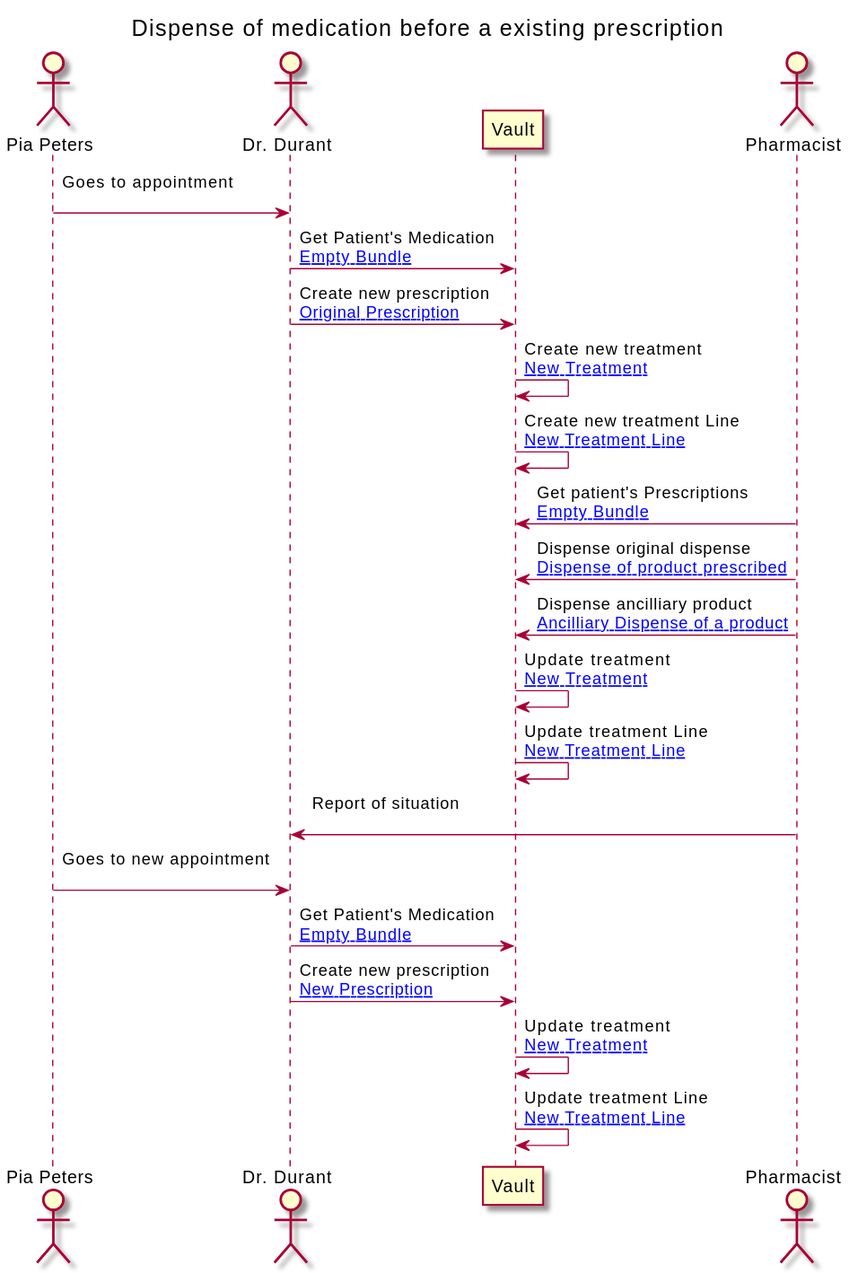
Before: branches/master/ExampleScenario-example-3-scenario.svg, a diagram exported from PlantUML (costateixeira/hl7-be-fhir-medication).
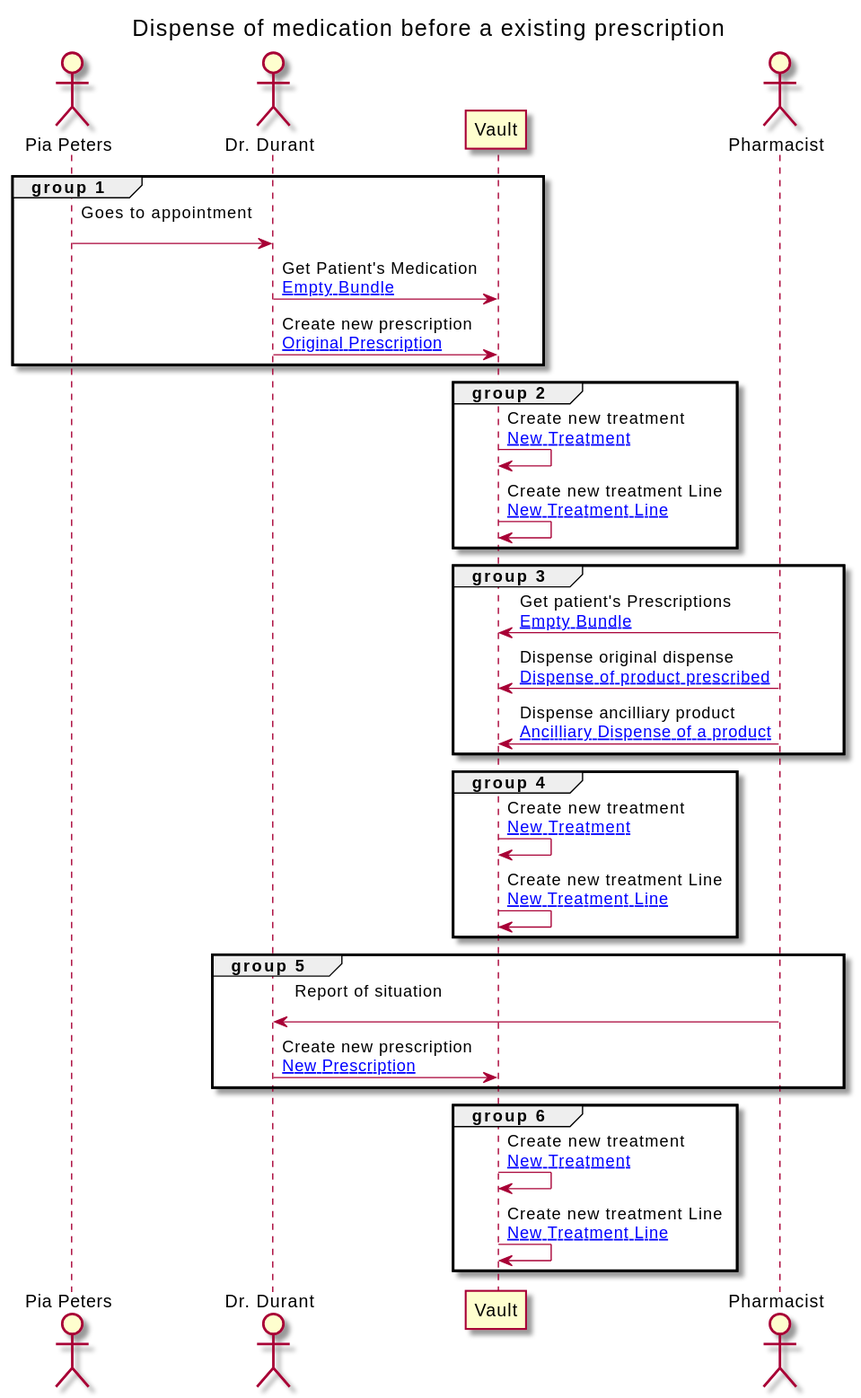
After the commit.

Diff of the diagram source:
```diff
@@ -13,37 +13,43 @@
 
 
 
+group group 1
+
 PATIENT -> GP : Goes to appointment\n
+GP -> VAULT : Get Patient's Medication\n[[ExampleScenario-example-3-scenario-resources.html#EB Empty Bundle]]
+GP -> VAULT : Create new prescription\n[[ExampleScenario-example-3-scenario-resources.html#3-prescription Original Prescription]]
+end
 
-GP -> VAULT : Get Patient's Medication\n[[ExampleScenario-example-3-scenario-resources.html#EB Empty Bundle]]
-
-GP -> VAULT : Create new prescription\n[[ExampleScenario-example-3-scenario-resources.html#3-prescription Original Prescription]]
+group group 2
 
 VAULT -> VAULT : Create new treatment\n[[ExampleScenario-example-3-scenario-resources.html#3-treatment New Treatment]]
+VAULT -> VAULT : Create new treatment Line\n[[ExampleScenario-example-3-scenario-resources.html#3-treatmentLine New Treatment Line]]
+end
 
-VAULT -> VAULT : Create new treatment Line\n[[ExampleScenario-example-3-scenario-resources.html#3-treatmentLine New Treatment Line]]
+group group 3
 
 PHARM -> VAULT : Get patient's Prescriptions\n[[ExampleScenario-example-3-scenario-resources.html#EB Empty Bundle]]
+PHARM -> VAULT : Dispense original dispense\n[[ExampleScenario-example-3-scenario-resources.html#3-dispense Dispense of product prescribed]]
+PHARM -> VAULT : Dispense ancilliary product\n[[ExampleScenario-example-3-scenario-resources.html#3-2-dispense Ancilliary Dispense of a product]]
+end
 
-PHARM -> VAULT : Dispense original dispense\n[[ExampleScenario-example-3-scenario-resources.html#3-dispense Dispense of product prescribed]]
+group group 4
 
-PHARM -> VAULT : Dispense ancilliary product\n[[ExampleScenario-example-3-scenario-resources.html#3-2-dispense Ancilliary Dispense of a product]]
+VAULT -> VAULT : Create new treatment\n[[ExampleScenario-example-3-scenario-resources.html#3-treatment New Treatment]]
+VAULT -> VAULT : Create new treatment Line\n[[ExampleScenario-example-3-scenario-resources.html#3-treatmentLine New Treatment Line]]
+end
 
-VAULT -> VAULT : Update treatment\n[[ExampleScenario-example-3-scenario-resources.html#3-treatment New Treatment]]
-
-VAULT -> VAULT : Update treatment Line\n[[ExampleScenario-example-3-scenario-resources.html#3-treatmentLine New Treatment Line]]
+group group 5
 
 PHARM -> GP : Report of situation\n
+GP -> VAULT : Create new prescription\n[[ExampleScenario-example-3-scenario-resources.html#3-2-prescription New Prescription]]
+end
 
-PATIENT -> GP : Goes to new appointment\n
+group group 6
 
-GP -> VAULT : Get Patient's Medication\n[[ExampleScenario-example-3-scenario-resources.html#EB Empty Bundle]]
-
-GP -> VAULT : Create new prescription\n[[ExampleScenario-example-3-scenario-resources.html#3-2-prescription New Prescription]]
-
-VAULT -> VAULT : Update treatment\n[[ExampleScenario-example-3-scenario-resources.html#3-treatment New Treatment]]
-
-VAULT -> VAULT : Update treatment Line\n[[ExampleScenario-example-3-scenario-resources.html#3-treatmentLine New Treatment Line]]
+VAULT -> VAULT : Create new treatment\n[[ExampleScenario-example-3-scenario-resources.html#3-treatment New Treatment]]
+VAULT -> VAULT : Create new treatment Line\n[[ExampleScenario-example-3-scenario-resources.html#3-treatmentLine New Treatment Line]]
+end
 
 
 @enduml
```
